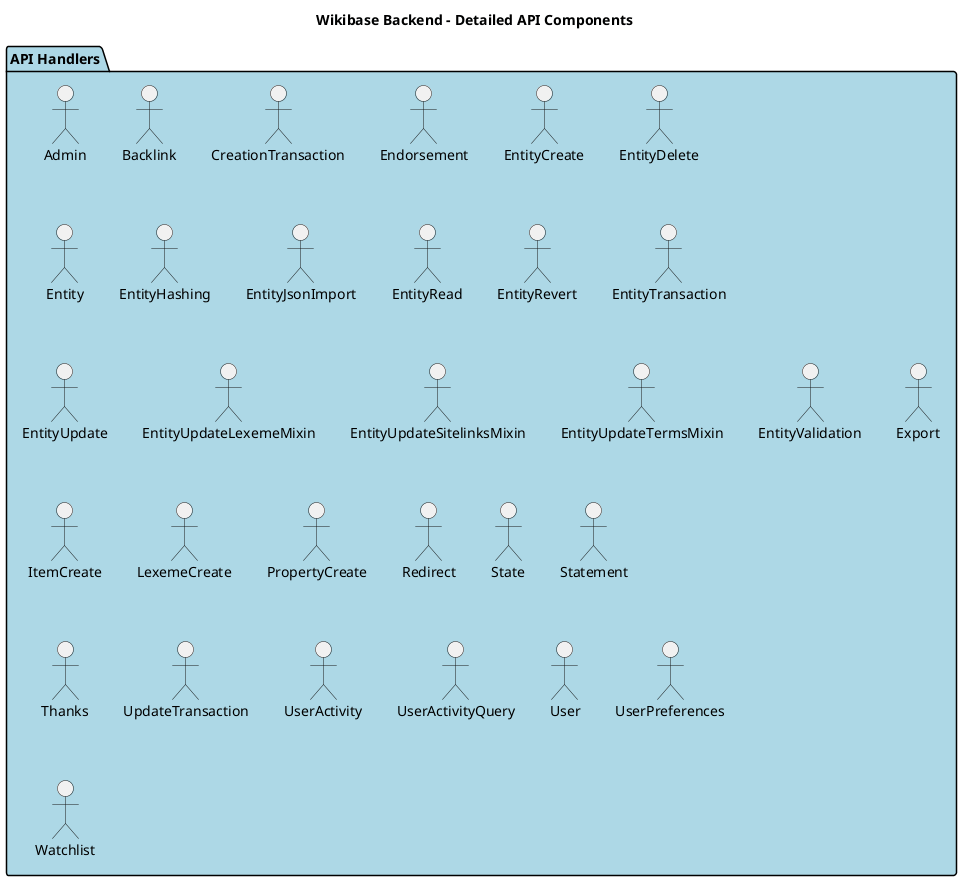
dpriskorn/entitybase-backend keeps this PlantUML diagram as docs/DIAGRAMS/png/detailed_api_components.png. Above is the earlier version.
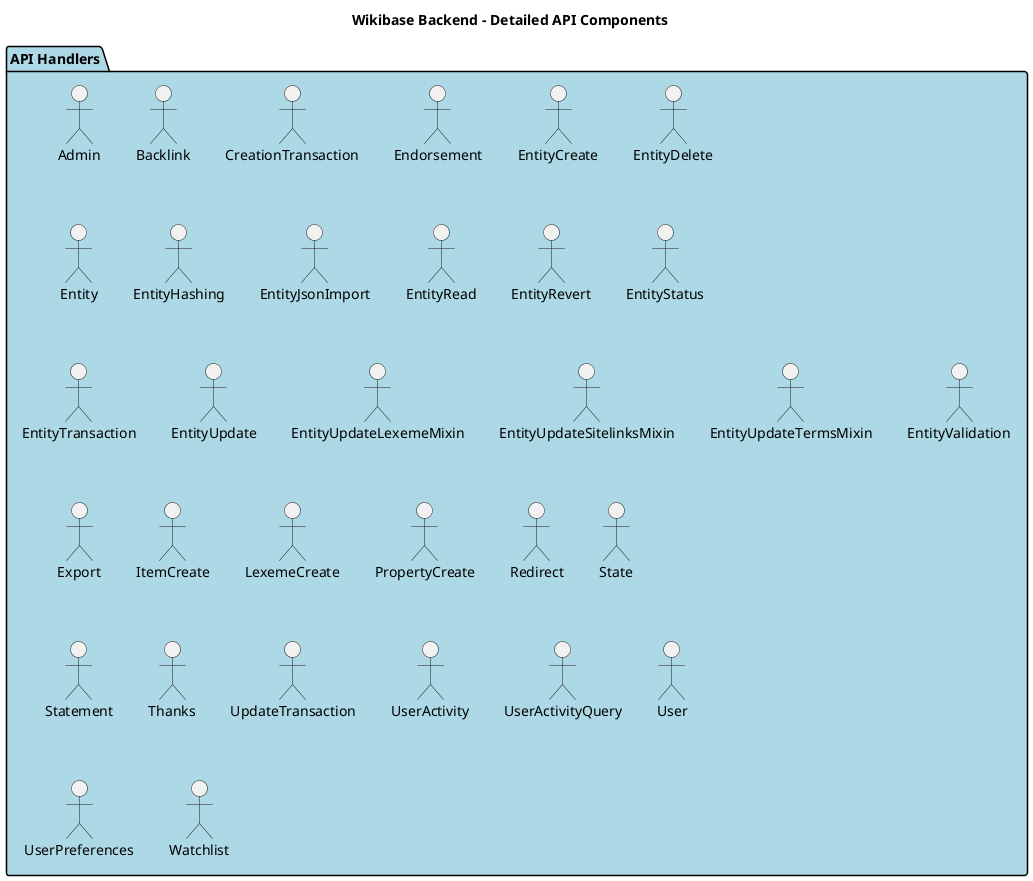
After the commit.

Change to the diagram source:
```diff
@@ -14,6 +14,7 @@
     "EntityJsonImport" as EntityJsonImportHandler
     "EntityRead" as EntityReadHandler
     "EntityRevert" as EntityRevertHandler
+    "EntityStatus" as EntityStatusHandler
     "EntityTransaction" as EntityTransaction
     "EntityUpdate" as EntityUpdateHandler
     "EntityUpdateLexemeMixin" as EntityUpdateLexemeMixin
```
